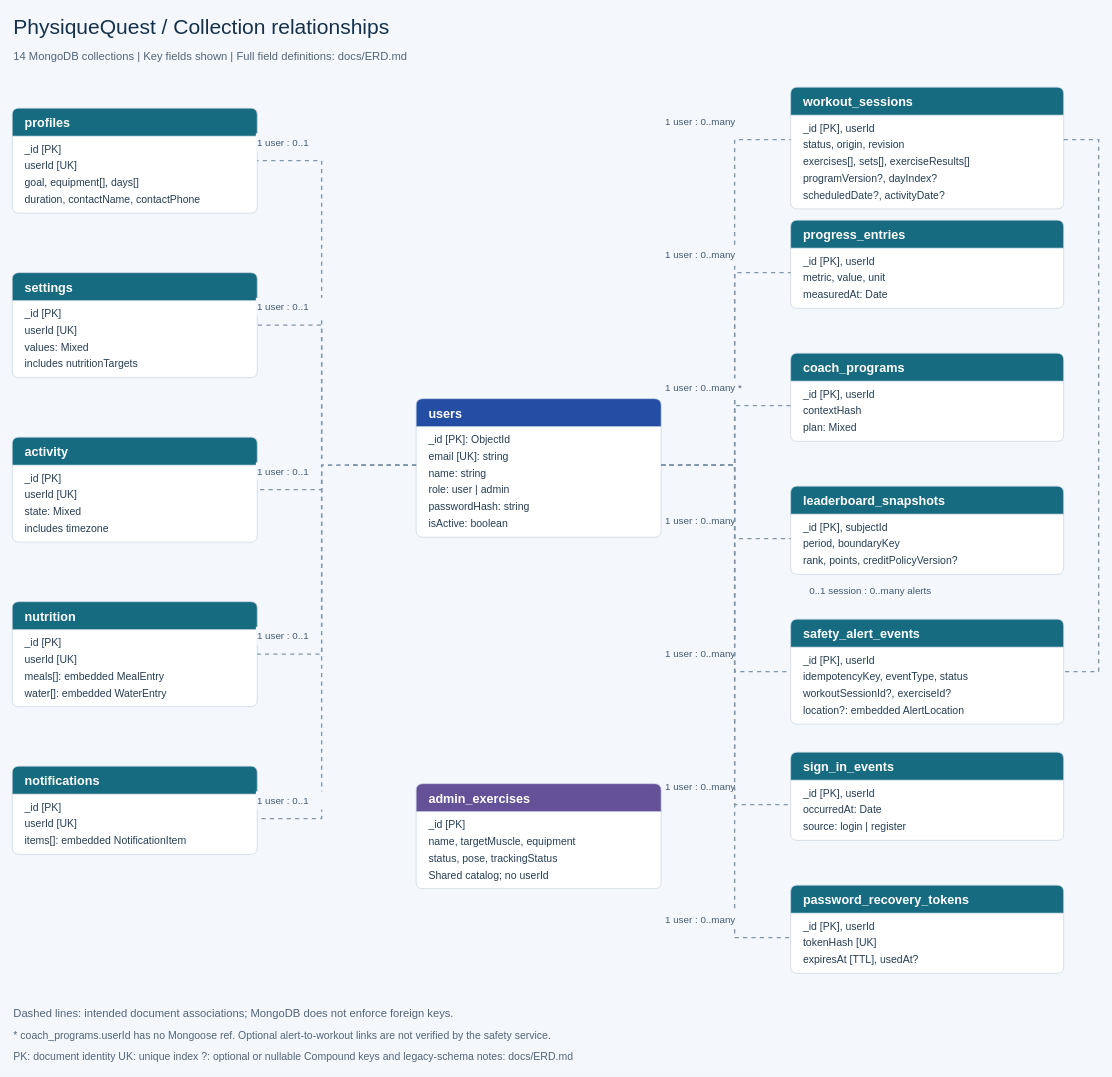
Earlier version of the draw.io diagram page "1 Collections" (1 of 2) of docs/diagrams/PhysiqueQuest-ERD.drawio (cjw21332/PhysiqueQuest). Source tidied: cells renumbered, new cells numbered last; positions are measured from the earlier drawing's top-left corner, leaving out a move shared by most shapes. Both pictures are drawn from the tidied source at 70%, with x=0, y=0 at pixel (12, 12).
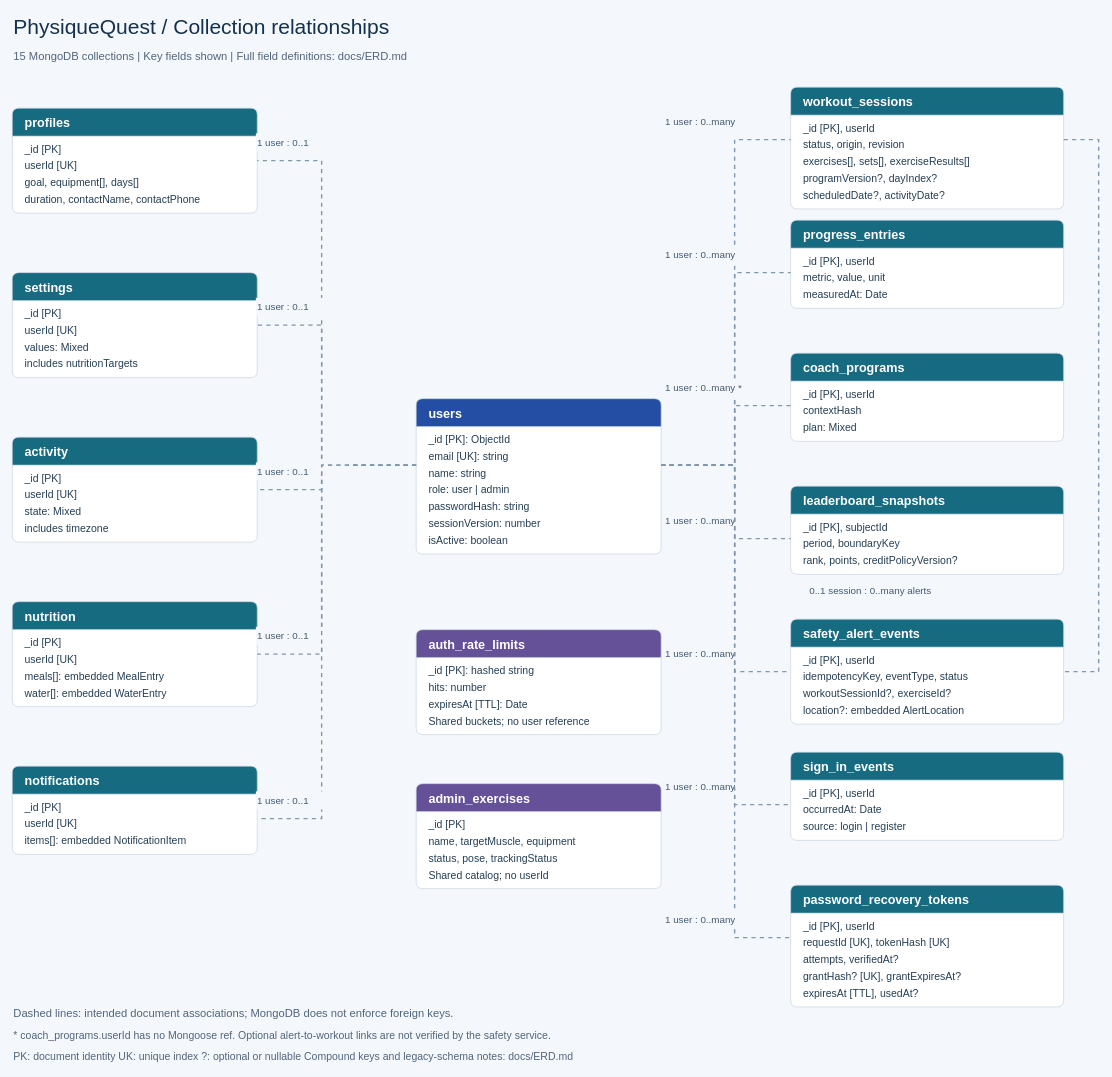
Above is the later version.

The change refers to these unchanged cells:
```xml
<mxCell id="9" value="profiles" style="swimlane;html=0;startSize=40;horizontal=1;rounded=1;arcSize=8;fillColor=#176b80;swimlaneFillColor=#ffffff;strokeColor=#c7d4e1;fontColor=#ffffff;fontStyle=1;fontSize=18;align=left;spacingLeft=16;" parent="1" vertex="1">
  <mxGeometry y="137" width="350" height="150" as="geometry" />
</mxCell>
<mxCell id="14" value="settings" style="swimlane;html=0;startSize=40;horizontal=1;rounded=1;arcSize=8;fillColor=#176b80;swimlaneFillColor=#ffffff;strokeColor=#c7d4e1;fontColor=#ffffff;fontStyle=1;fontSize=18;align=left;spacingLeft=16;" parent="1" vertex="1">
  <mxGeometry y="372" width="350" height="150" as="geometry" />
</mxCell>
<mxCell id="19" value="activity" style="swimlane;html=0;startSize=40;horizontal=1;rounded=1;arcSize=8;fillColor=#176b80;swimlaneFillColor=#ffffff;strokeColor=#c7d4e1;fontColor=#ffffff;fontStyle=1;fontSize=18;align=left;spacingLeft=16;" parent="1" vertex="1">
  <mxGeometry y="607" width="350" height="150" as="geometry" />
</mxCell>
<mxCell id="24" value="nutrition" style="swimlane;html=0;startSize=40;horizontal=1;rounded=1;arcSize=8;fillColor=#176b80;swimlaneFillColor=#ffffff;strokeColor=#c7d4e1;fontColor=#ffffff;fontStyle=1;fontSize=18;align=left;spacingLeft=16;" parent="1" vertex="1">
  <mxGeometry y="842" width="350" height="150" as="geometry" />
</mxCell>
<mxCell id="29" value="notifications" style="swimlane;html=0;startSize=40;horizontal=1;rounded=1;arcSize=8;fillColor=#176b80;swimlaneFillColor=#ffffff;strokeColor=#c7d4e1;fontColor=#ffffff;fontStyle=1;fontSize=18;align=left;spacingLeft=16;" parent="1" vertex="1">
  <mxGeometry y="1077" width="350" height="126" as="geometry" />
</mxCell>
<mxCell id="33" value="workout_sessions" style="swimlane;html=0;startSize=40;horizontal=1;rounded=1;arcSize=8;fillColor=#176b80;swimlaneFillColor=#ffffff;strokeColor=#c7d4e1;fontColor=#ffffff;fontStyle=1;fontSize=18;align=left;spacingLeft=16;" parent="1" vertex="1">
  <mxGeometry x="1112" y="107" width="390" height="174" as="geometry" />
</mxCell>
<mxCell id="39" value="progress_entries" style="swimlane;html=0;startSize=40;horizontal=1;rounded=1;arcSize=8;fillColor=#176b80;swimlaneFillColor=#ffffff;strokeColor=#c7d4e1;fontColor=#ffffff;fontStyle=1;fontSize=18;align=left;spacingLeft=16;" parent="1" vertex="1">
  <mxGeometry x="1112" y="297" width="390" height="126" as="geometry" />
</mxCell>
<mxCell id="43" value="coach_programs" style="swimlane;html=0;startSize=40;horizontal=1;rounded=1;arcSize=8;fillColor=#176b80;swimlaneFillColor=#ffffff;strokeColor=#c7d4e1;fontColor=#ffffff;fontStyle=1;fontSize=18;align=left;spacingLeft=16;" parent="1" vertex="1">
  <mxGeometry x="1112" y="487" width="390" height="126" as="geometry" />
</mxCell>
<mxCell id="47" value="leaderboard_snapshots" style="swimlane;html=0;startSize=40;horizontal=1;rounded=1;arcSize=8;fillColor=#176b80;swimlaneFillColor=#ffffff;strokeColor=#c7d4e1;fontColor=#ffffff;fontStyle=1;fontSize=18;align=left;spacingLeft=16;" parent="1" vertex="1">
  <mxGeometry x="1112" y="677" width="390" height="126" as="geometry" />
</mxCell>
<mxCell id="51" value="safety_alert_events" style="swimlane;html=0;startSize=40;horizontal=1;rounded=1;arcSize=8;fillColor=#176b80;swimlaneFillColor=#ffffff;strokeColor=#c7d4e1;fontColor=#ffffff;fontStyle=1;fontSize=18;align=left;spacingLeft=16;" parent="1" vertex="1">
  <mxGeometry x="1112" y="867" width="390" height="150" as="geometry" />
</mxCell>
<mxCell id="56" value="sign_in_events" style="swimlane;html=0;startSize=40;horizontal=1;rounded=1;arcSize=8;fillColor=#176b80;swimlaneFillColor=#ffffff;strokeColor=#c7d4e1;fontColor=#ffffff;fontStyle=1;fontSize=18;align=left;spacingLeft=16;" parent="1" vertex="1">
  <mxGeometry x="1112" y="1057" width="390" height="126" as="geometry" />
</mxCell>
```

Change to the diagram source:
```diff
@@
     <mxCell id="2" value="users" style="swimlane;html=0;startSize=40;horizontal=1;rounded=1;arcSize=8;fillColor=#244ea3;swimlaneFillColor=#ffffff;strokeColor=#c7d4e1;fontColor=#ffffff;fontStyle=1;fontSize=18;align=left;spacingLeft=16;" parent="1" vertex="1">
-      <mxGeometry x="577" y="552" width="350" height="198" as="geometry" />
+      <mxGeometry x="577" y="552" width="350" height="222" as="geometry" />
     </mxCell>
@@
-    <mxCell id="8" value="isActive: boolean" style="text;html=0;strokeColor=none;fillColor=none;align=left;verticalAlign=middle;whiteSpace=wrap;rounded=0;fontSize=15;fontColor=#253e54;spacingLeft=16;" parent="2" vertex="1">
+    <mxCell id="8" value="sessionVersion: number" style="text;html=0;strokeColor=none;fillColor=none;align=left;verticalAlign=middle;whiteSpace=wrap;rounded=0;fontSize=15;fontColor=#253e54;spacingLeft=16;" parent="2" vertex="1">
       <mxGeometry y="166" width="350" height="24" as="geometry" />
     </mxCell>
+    <mxCell id="100" value="isActive: boolean" style="text;html=0;strokeColor=none;fillColor=none;align=left;verticalAlign=middle;whiteSpace=wrap;rounded=0;fontSize=15;fontColor=#253e54;spacingLeft=16;" parent="2" vertex="1">
+      <mxGeometry y="190" width="350" height="24" as="geometry" />
+    </mxCell>
@@
     <mxCell id="60" value="password_recovery_tokens" style="swimlane;html=0;startSize=40;horizontal=1;rounded=1;arcSize=8;fillColor=#176b80;swimlaneFillColor=#ffffff;strokeColor=#c7d4e1;fontColor=#ffffff;fontStyle=1;fontSize=18;align=left;spacingLeft=16;" parent="1" vertex="1">
-      <mxGeometry x="1112" y="1247" width="390" height="126" as="geometry" />
+      <mxGeometry x="1112" y="1247" width="390" height="174" as="geometry" />
     </mxCell>
@@
-    <mxCell id="62" value="tokenHash [UK]" style="text;html=0;strokeColor=none;fillColor=none;align=left;verticalAlign=middle;whiteSpace=wrap;rounded=0;fontSize=15;fontColor=#253e54;spacingLeft=16;" parent="60" vertex="1">
+    <mxCell id="62" value="requestId [UK], tokenHash [UK]" style="text;html=0;strokeColor=none;fillColor=none;align=left;verticalAlign=middle;whiteSpace=wrap;rounded=0;fontSize=15;fontColor=#253e54;spacingLeft=16;" parent="60" vertex="1">
       <mxGeometry y="70" width="390" height="24" as="geometry" />
     </mxCell>
-    <mxCell id="63" value="expiresAt [TTL], usedAt?" style="text;html=0;strokeColor=none;fillColor=none;align=left;verticalAlign=middle;whiteSpace=wrap;rounded=0;fontSize=15;fontColor=#253e54;spacingLeft=16;" parent="60" vertex="1">
+    <mxCell id="63" value="attempts, verifiedAt?" style="text;html=0;strokeColor=none;fillColor=none;align=left;verticalAlign=middle;whiteSpace=wrap;rounded=0;fontSize=15;fontColor=#253e54;spacingLeft=16;" parent="60" vertex="1">
       <mxGeometry y="94" width="390" height="24" as="geometry" />
     </mxCell>
+    <mxCell id="101" value="grantHash? [UK], grantExpiresAt?" style="text;html=0;strokeColor=none;fillColor=none;align=left;verticalAlign=middle;whiteSpace=wrap;rounded=0;fontSize=15;fontColor=#253e54;spacingLeft=16;" parent="60" vertex="1">
+      <mxGeometry y="118" width="390" height="24" as="geometry" />
+    </mxCell>
+    <mxCell id="102" value="expiresAt [TTL], usedAt?" style="text;html=0;strokeColor=none;fillColor=none;align=left;verticalAlign=middle;whiteSpace=wrap;rounded=0;fontSize=15;fontColor=#253e54;spacingLeft=16;" parent="60" vertex="1">
+      <mxGeometry y="142" width="390" height="24" as="geometry" />
+    </mxCell>
@@
+    <mxCell id="103" value="auth_rate_limits" style="swimlane;html=0;startSize=40;horizontal=1;rounded=1;arcSize=8;fillColor=#655198;swimlaneFillColor=#ffffff;strokeColor=#c7d4e1;fontColor=#ffffff;fontStyle=1;fontSize=18;align=left;spacingLeft=16;" parent="1" vertex="1">
+      <mxGeometry x="577" y="882" width="350" height="150" as="geometry" />
+    </mxCell>
+    <mxCell id="104" value="_id [PK]: hashed string" style="text;html=0;strokeColor=none;fillColor=none;align=left;verticalAlign=middle;whiteSpace=wrap;rounded=0;fontSize=15;fontColor=#253e54;spacingLeft=16;" parent="103" vertex="1">
+      <mxGeometry y="46" width="350" height="24" as="geometry" />
+    </mxCell>
+    <mxCell id="105" value="hits: number" style="text;html=0;strokeColor=none;fillColor=none;align=left;verticalAlign=middle;whiteSpace=wrap;rounded=0;fontSize=15;fontColor=#253e54;spacingLeft=16;" parent="103" vertex="1">
+      <mxGeometry y="70" width="350" height="24" as="geometry" />
+    </mxCell>
+    <mxCell id="106" value="expiresAt [TTL]: Date" style="text;html=0;strokeColor=none;fillColor=none;align=left;verticalAlign=middle;whiteSpace=wrap;rounded=0;fontSize=15;fontColor=#253e54;spacingLeft=16;" parent="103" vertex="1">
+      <mxGeometry y="94" width="350" height="24" as="geometry" />
+    </mxCell>
+    <mxCell id="107" value="Shared buckets; no user reference" style="text;html=0;strokeColor=none;fillColor=none;align=left;verticalAlign=middle;whiteSpace=wrap;rounded=0;fontSize=15;fontColor=#253e54;spacingLeft=16;" parent="103" vertex="1">
+      <mxGeometry y="118" width="350" height="24" as="geometry" />
+    </mxCell>
-    <mxCell id="69" style="endArrow=none;startArrow=none;rounded=0;strokeColor=#8297ac;strokeWidth=2;dashed=1;exitX=0.0;exitY=0.4797979797979798;exitPerimeter=0;entryX=1.0;entryY=0.5;entryPerimeter=0;" parent="1" edge="1" source="2" target="9">
+    <mxCell id="69" style="endArrow=none;startArrow=none;rounded=0;strokeColor=#8297ac;strokeWidth=2;dashed=1;exitX=0.0;exitY=0.42792792792792794;exitPerimeter=0;entryX=1.0;entryY=0.5;entryPerimeter=0;" parent="1" edge="1" source="2" target="9">
       <mxGeometry relative="1" as="geometry">
         <Array as="points">
           <mxPoint x="442" y="647" />
           <mxPoint x="442" y="212" />
         </Array>
       </mxGeometry>
     </mxCell>
@@
-    <mxCell id="71" style="endArrow=none;startArrow=none;rounded=0;strokeColor=#8297ac;strokeWidth=2;dashed=1;exitX=0.0;exitY=0.4797979797979798;exitPerimeter=0;entryX=1.0;entryY=0.5;entryPerimeter=0;" parent="1" edge="1" source="2" target="14">
+    <mxCell id="71" style="endArrow=none;startArrow=none;rounded=0;strokeColor=#8297ac;strokeWidth=2;dashed=1;exitX=0.0;exitY=0.42792792792792794;exitPerimeter=0;entryX=1.0;entryY=0.5;entryPerimeter=0;" parent="1" edge="1" source="2" target="14">
       <mxGeometry relative="1" as="geometry">
         <Array as="points">
           <mxPoint x="442" y="647" />
           <mxPoint x="442" y="447" />
         </Array>
       </mxGeometry>
     </mxCell>
@@
-    <mxCell id="73" style="endArrow=none;startArrow=none;rounded=0;strokeColor=#8297ac;strokeWidth=2;dashed=1;exitX=0.0;exitY=0.4797979797979798;exitPerimeter=0;entryX=1.0;entryY=0.5;entryPerimeter=0;" parent="1" edge="1" source="2" target="19">
+    <mxCell id="73" style="endArrow=none;startArrow=none;rounded=0;strokeColor=#8297ac;strokeWidth=2;dashed=1;exitX=0.0;exitY=0.42792792792792794;exitPerimeter=0;entryX=1.0;entryY=0.5;entryPerimeter=0;" parent="1" edge="1" source="2" target="19">
       <mxGeometry relative="1" as="geometry">
         <Array as="points">
           <mxPoint x="442" y="647" />
           <mxPoint x="442" y="682" />
         </Array>
       </mxGeometry>
     </mxCell>
@@
-    <mxCell id="75" style="endArrow=none;startArrow=none;rounded=0;strokeColor=#8297ac;strokeWidth=2;dashed=1;exitX=0.0;exitY=0.4797979797979798;exitPerimeter=0;entryX=1.0;entryY=0.5;entryPerimeter=0;" parent="1" edge="1" source="2" target="24">
+    <mxCell id="75" style="endArrow=none;startArrow=none;rounded=0;strokeColor=#8297ac;strokeWidth=2;dashed=1;exitX=0.0;exitY=0.42792792792792794;exitPerimeter=0;entryX=1.0;entryY=0.5;entryPerimeter=0;" parent="1" edge="1" source="2" target="24">
       <mxGeometry relative="1" as="geometry">
         <Array as="points">
           <mxPoint x="442" y="647" />
           <mxPoint x="442" y="917" />
         </Array>
       </mxGeometry>
     </mxCell>
@@
-    <mxCell id="77" style="endArrow=none;startArrow=none;rounded=0;strokeColor=#8297ac;strokeWidth=2;dashed=1;exitX=0.0;exitY=0.4797979797979798;exitPerimeter=0;entryX=1.0;entryY=0.5952380952380952;entryPerimeter=0;" parent="1" edge="1" source="2" target="29">
+    <mxCell id="77" style="endArrow=none;startArrow=none;rounded=0;strokeColor=#8297ac;strokeWidth=2;dashed=1;exitX=0.0;exitY=0.42792792792792794;exitPerimeter=0;entryX=1.0;entryY=0.5952380952380952;entryPerimeter=0;" parent="1" edge="1" source="2" target="29">
       <mxGeometry relative="1" as="geometry">
         <Array as="points">
           <mxPoint x="442" y="647" />
           <mxPoint x="442" y="1152" />
         </Array>
       </mxGeometry>
     </mxCell>
@@
-    <mxCell id="79" style="endArrow=none;startArrow=none;rounded=0;strokeColor=#8297ac;strokeWidth=2;dashed=1;exitX=1.0;exitY=0.4797979797979798;exitPerimeter=0;entryX=0.0;entryY=0.43103448275862066;entryPerimeter=0;" parent="1" edge="1" source="2" target="33">
+    <mxCell id="79" style="endArrow=none;startArrow=none;rounded=0;strokeColor=#8297ac;strokeWidth=2;dashed=1;exitX=1.0;exitY=0.42792792792792794;exitPerimeter=0;entryX=0.0;entryY=0.43103448275862066;entryPerimeter=0;" parent="1" edge="1" source="2" target="33">
       <mxGeometry relative="1" as="geometry">
         <Array as="points">
           <mxPoint x="1032" y="647" />
           <mxPoint x="1032" y="182" />
         </Array>
       </mxGeometry>
     </mxCell>
@@
-    <mxCell id="81" style="endArrow=none;startArrow=none;rounded=0;strokeColor=#8297ac;strokeWidth=2;dashed=1;exitX=1.0;exitY=0.4797979797979798;exitPerimeter=0;entryX=0.0;entryY=0.5952380952380952;entryPerimeter=0;" parent="1" edge="1" source="2" target="39">
+    <mxCell id="81" style="endArrow=none;startArrow=none;rounded=0;strokeColor=#8297ac;strokeWidth=2;dashed=1;exitX=1.0;exitY=0.42792792792792794;exitPerimeter=0;entryX=0.0;entryY=0.5952380952380952;entryPerimeter=0;" parent="1" edge="1" source="2" target="39">
       <mxGeometry relative="1" as="geometry">
         <Array as="points">
           <mxPoint x="1032" y="647" />
           <mxPoint x="1032" y="372" />
         </Array>
       </mxGeometry>
     </mxCell>
@@
-    <mxCell id="83" style="endArrow=none;startArrow=none;rounded=0;strokeColor=#8297ac;strokeWidth=2;dashed=1;exitX=1.0;exitY=0.4797979797979798;exitPerimeter=0;entryX=0.0;entryY=0.5952380952380952;entryPerimeter=0;" parent="1" edge="1" source="2" target="43">
+    <mxCell id="83" style="endArrow=none;startArrow=none;rounded=0;strokeColor=#8297ac;strokeWidth=2;dashed=1;exitX=1.0;exitY=0.42792792792792794;exitPerimeter=0;entryX=0.0;entryY=0.5952380952380952;entryPerimeter=0;" parent="1" edge="1" source="2" target="43">
       <mxGeometry relative="1" as="geometry">
         <Array as="points">
           <mxPoint x="1032" y="647" />
           <mxPoint x="1032" y="562" />
         </Array>
       </mxGeometry>
     </mxCell>
@@
-    <mxCell id="85" style="endArrow=none;startArrow=none;rounded=0;strokeColor=#8297ac;strokeWidth=2;dashed=1;exitX=1.0;exitY=0.4797979797979798;exitPerimeter=0;entryX=0.0;entryY=0.5952380952380952;entryPerimeter=0;" parent="1" edge="1" source="2" target="47">
+    <mxCell id="85" style="endArrow=none;startArrow=none;rounded=0;strokeColor=#8297ac;strokeWidth=2;dashed=1;exitX=1.0;exitY=0.42792792792792794;exitPerimeter=0;entryX=0.0;entryY=0.5952380952380952;entryPerimeter=0;" parent="1" edge="1" source="2" target="47">
       <mxGeometry relative="1" as="geometry">
         <Array as="points">
           <mxPoint x="1032" y="647" />
           <mxPoint x="1032" y="752" />
         </Array>
       </mxGeometry>
     </mxCell>
@@
-    <mxCell id="87" style="endArrow=none;startArrow=none;rounded=0;strokeColor=#8297ac;strokeWidth=2;dashed=1;exitX=1.0;exitY=0.4797979797979798;exitPerimeter=0;entryX=0.0;entryY=0.5;entryPerimeter=0;" parent="1" edge="1" source="2" target="51">
+    <mxCell id="87" style="endArrow=none;startArrow=none;rounded=0;strokeColor=#8297ac;strokeWidth=2;dashed=1;exitX=1.0;exitY=0.42792792792792794;exitPerimeter=0;entryX=0.0;entryY=0.5;entryPerimeter=0;" parent="1" edge="1" source="2" target="51">
       <mxGeometry relative="1" as="geometry">
         <Array as="points">
           <mxPoint x="1032" y="647" />
           <mxPoint x="1032" y="942" />
         </Array>
       </mxGeometry>
     </mxCell>
@@
-    <mxCell id="89" style="endArrow=none;startArrow=none;rounded=0;strokeColor=#8297ac;strokeWidth=2;dashed=1;exitX=1.0;exitY=0.4797979797979798;exitPerimeter=0;entryX=0.0;entryY=0.5952380952380952;entryPerimeter=0;" parent="1" edge="1" source="2" target="56">
+    <mxCell id="89" style="endArrow=none;startArrow=none;rounded=0;strokeColor=#8297ac;strokeWidth=2;dashed=1;exitX=1.0;exitY=0.42792792792792794;exitPerimeter=0;entryX=0.0;entryY=0.5952380952380952;entryPerimeter=0;" parent="1" edge="1" source="2" target="56">
       <mxGeometry relative="1" as="geometry">
         <Array as="points">
           <mxPoint x="1032" y="647" />
           <mxPoint x="1032" y="1132" />
         </Array>
       </mxGeometry>
     </mxCell>
@@
-    <mxCell id="91" style="endArrow=none;startArrow=none;rounded=0;strokeColor=#8297ac;strokeWidth=2;dashed=1;exitX=1.0;exitY=0.4797979797979798;exitPerimeter=0;entryX=0.0;entryY=0.5952380952380952;entryPerimeter=0;" parent="1" edge="1" source="2" target="60">
+    <mxCell id="91" style="endArrow=none;startArrow=none;rounded=0;strokeColor=#8297ac;strokeWidth=2;dashed=1;exitX=1.0;exitY=0.42792792792792794;exitPerimeter=0;entryX=0.0;entryY=0.43103448275862066;entryPerimeter=0;" parent="1" edge="1" source="2" target="60">
       <mxGeometry relative="1" as="geometry">
         <Array as="points">
           <mxPoint x="1032" y="647" />
           <mxPoint x="1032" y="1322" />
         </Array>
       </mxGeometry>
     </mxCell>
@@
-    <mxCell id="96" value="14 MongoDB collections  |  Key fields shown  |  Full field definitions: docs/ERD.md" style="text;html=0;strokeColor=none;fillColor=none;align=left;verticalAlign=middle;whiteSpace=wrap;fontSize=16;fontColor=#52657a;" parent="1" vertex="1">
+    <mxCell id="96" value="15 MongoDB collections  |  Key fields shown  |  Full field definitions: docs/ERD.md" style="text;html=0;strokeColor=none;fillColor=none;align=left;verticalAlign=middle;whiteSpace=wrap;fontSize=16;fontColor=#52657a;" parent="1" vertex="1">
       <mxGeometry y="48" width="807.5" height="28" as="geometry" />
     </mxCell>
```
